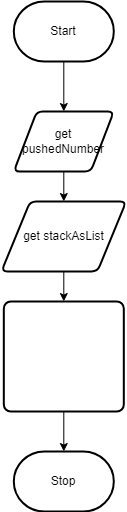
Rodas-Nega1/ics4u-unit-2-01-typescript keeps this draw.io diagram as flowchart.png. Above is the earlier version. Source tidied: cells renumbered, new cells last; positions are measured from the earlier drawing's top-left corner, leaving out a move shared by most shapes.
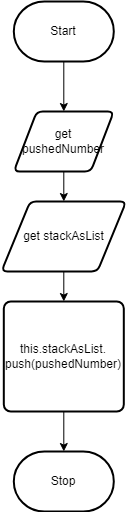
The same file after the commit.

Change to the diagram source:
```diff
@@ -30,7 +30,7 @@
     <mxCell id="9" style="edgeStyle=none;html=1;fontFamily=Helvetica;fontSize=12;fontColor=#FFFFFF;" parent="1" edge="1" source="10" target="6">
       <mxGeometry relative="1" as="geometry" />
     </mxCell>
-    <mxCell id="10" value="&lt;span id=&quot;docs-internal-guid-41b98cf5-7fff-8296-12a3-1a83e9f73964&quot;&gt;&lt;font color=&quot;#ffffff&quot;&gt;&lt;span style=&quot;vertical-align: baseline&quot;&gt;this&lt;/span&gt;&lt;span style=&quot;vertical-align: baseline&quot;&gt;.stackAsList.&lt;br&gt;push(pushedNumber)&lt;/span&gt;&lt;/font&gt;&lt;/span&gt;" style="rounded=1;whiteSpace=wrap;html=1;absoluteArcSize=1;arcSize=14;strokeWidth=2;" parent="1" vertex="1">
+    <mxCell id="10" value="&lt;span id=&quot;docs-internal-guid-41b98cf5-7fff-8296-12a3-1a83e9f73964&quot;&gt;&lt;font color=&quot;#000000&quot;&gt;&lt;span style=&quot;vertical-align: baseline&quot;&gt;this&lt;/span&gt;&lt;span style=&quot;vertical-align: baseline&quot;&gt;.stackAsList.&lt;br&gt;push(pushedNumber)&lt;/span&gt;&lt;/font&gt;&lt;/span&gt;" style="rounded=1;whiteSpace=wrap;html=1;absoluteArcSize=1;arcSize=14;strokeWidth=2;" parent="1" vertex="1">
       <mxGeometry x="2.3" y="300" width="120" height="110" as="geometry" />
     </mxCell>
   </root>
```
